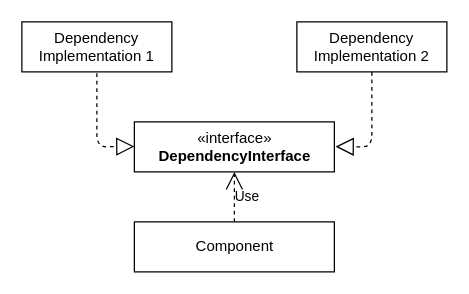
Before: page "Cover Volatile" (2 of 3) of content/posts/094-dependencies/diagrams/diagram.drawio in panzerdp/dmitripavlutin.com, a draw.io diagram. Source tidied: cells renumbered, new cells numbered last; positions are measured from the earlier drawing's top-left corner, leaving out a move shared by most shapes. Both pictures are drawn from the tidied source at 125%, with x=0, y=0 at pixel (21, 21).
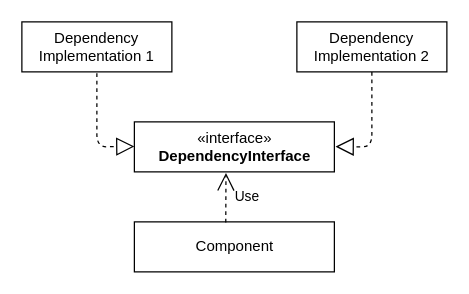
The same diagram, later.

Change to the diagram source:
```diff
@@
 <mxGraphModel>
   <root>
     <mxCell id="0" />
     <mxCell id="1" parent="0" />
     <mxCell id="2" value="Component" style="html=1;" parent="1" vertex="1">
       <mxGeometry x="90" y="160" width="160" height="40" as="geometry" />
     </mxCell>
     <mxCell id="3" value="«interface»&lt;br&gt;&lt;b&gt;DependencyInterface&lt;/b&gt;" style="html=1;" parent="1" vertex="1">
       <mxGeometry x="90" y="80" width="160" height="40" as="geometry" />
     </mxCell>
     <mxCell id="4" value="Dependency Implementation 1" style="html=1;whiteSpace=wrap;" parent="1" vertex="1">
       <mxGeometry width="120" height="40" as="geometry" />
     </mxCell>
     <mxCell id="5" value="Dependency Implementation 2" style="html=1;whiteSpace=wrap;" parent="1" vertex="1">
       <mxGeometry x="220" width="120" height="40" as="geometry" />
     </mxCell>
-    <mxCell id="6" value="Use" style="endArrow=open;endSize=12;dashed=1;html=1;entryX=0.5;entryY=1;entryDx=0;entryDy=0;labelBackgroundColor=none;labelBorderColor=none;" parent="1" edge="1" source="2" target="3">
-      <mxGeometry y="-10" relative="1" as="geometry" />
+    <mxCell id="6" value="Use" style="endArrow=open;endSize=12;dashed=1;html=1;entryX=0.458;entryY=1.021;entryDx=0;entryDy=0;labelBackgroundColor=none;labelBorderColor=none;entryPerimeter=0;exitX=0.457;exitY=0.012;exitDx=0;exitDy=0;exitPerimeter=0;" parent="1" edge="1" source="2" target="3">
+      <mxGeometry x="0.04" y="-17" relative="1" as="geometry" />
     </mxCell>
     <mxCell id="7" style="endArrow=block;dashed=1;endFill=0;endSize=12;html=1;sketch=0;" parent="1" edge="1">
       <mxGeometry relative="1" as="geometry">
         <mxPoint x="60" y="41" as="sourcePoint" />
         <mxPoint x="90" y="99.7" as="targetPoint" />
         <Array as="points">
           <mxPoint x="60" y="100" />
         </Array>
       </mxGeometry>
     </mxCell>
     <mxCell id="8" style="endArrow=block;dashed=1;endFill=0;endSize=12;html=1;exitX=0.5;exitY=1;exitDx=0;exitDy=0;" parent="1" edge="1" source="5">
       <mxGeometry relative="1" as="geometry">
         <mxPoint x="251" y="99.8" as="targetPoint" />
         <Array as="points">
           <mxPoint x="280" y="100" />
         </Array>
       </mxGeometry>
     </mxCell>
   </root>
 </mxGraphModel>
```
